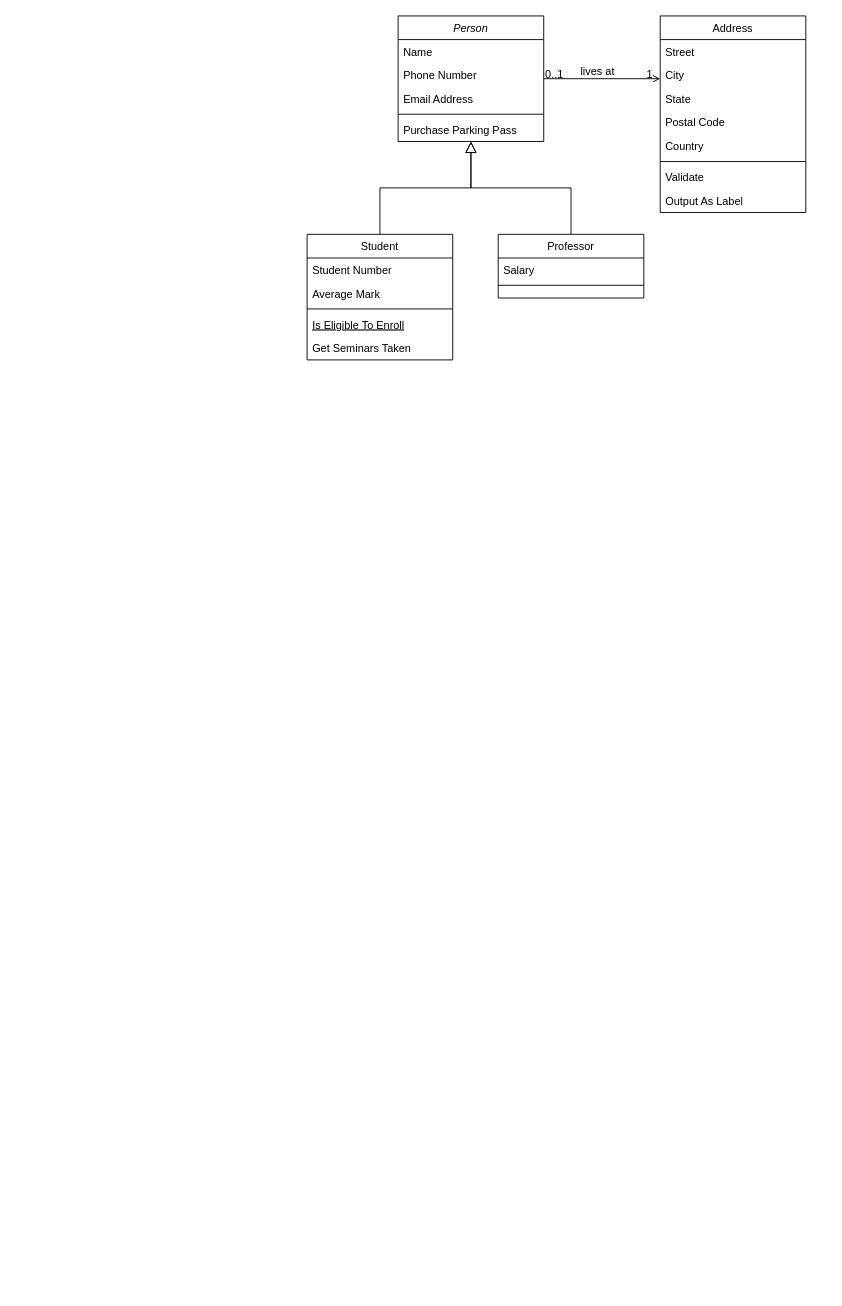
Earlier version of the draw.io diagram HW1_Dungeon/Untitled Diagram.drawio (ChuEating1005/DS-OOP). Source tidied: cells renumbered, new cells numbered last; positions are measured from the earlier drawing's top-left corner, leaving out a move shared by most shapes. Both pictures are drawn from the tidied source at 91%, with x=0, y=0 at pixel (307, 15).
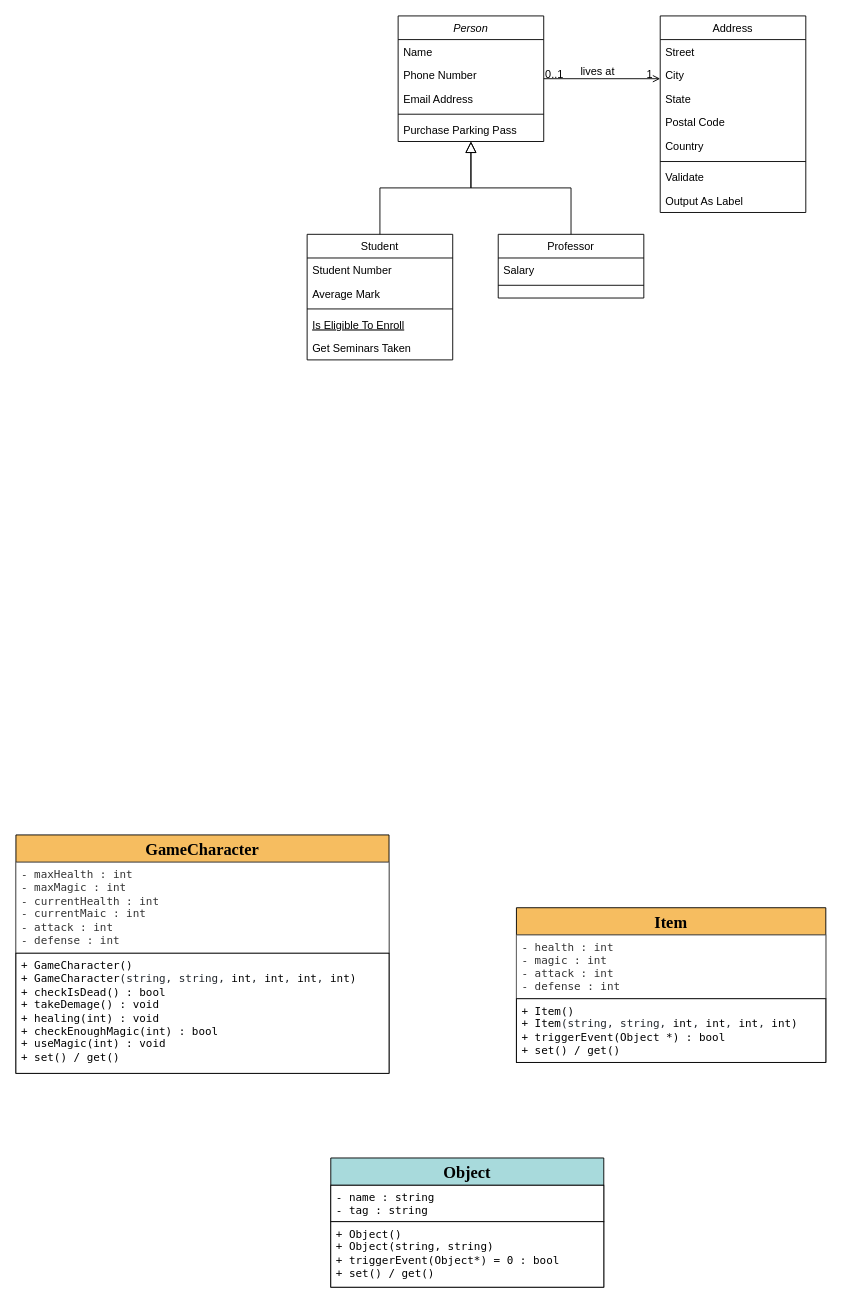
The same diagram, later.

Commit message:
[Dungeon] Class UML.drawio

Change to the diagram source:
```diff
@@
+    <mxCell id="32" value="&lt;font style=&quot;font-size: 18px;&quot;&gt;Object&lt;/font&gt;" style="swimlane;fontStyle=1;align=center;verticalAlign=top;horizontal=1;startSize=30;whiteSpace=wrap;html=1;fontFamily=Times New Roman;fillColor=#a8dadc;" parent="1" vertex="1">
+      <mxGeometry x="26" y="1255" width="300" height="142" as="geometry" />
+    </mxCell>
+    <mxCell id="33" value="&lt;font face=&quot;ui-monospace, SFMono-Regular, SF Mono, Menlo, Consolas, Liberation Mono, monospace&quot;&gt;- name : string&lt;br&gt;- tag : string&lt;/font&gt;" style="text;strokeColor=default;fillColor=default;align=left;verticalAlign=top;spacingLeft=4;spacingRight=4;overflow=hidden;whiteSpace=wrap;html=1;" parent="32" vertex="1">
+      <mxGeometry y="30" width="300" height="40" as="geometry" />
+    </mxCell>
+    <mxCell id="34" style="line;strokeWidth=1;fillColor=none;align=left;verticalAlign=middle;spacingTop=-1;spacingLeft=3;spacingRight=3;labelPosition=right;strokeColor=inherit;" parent="32" vertex="1">
+      <mxGeometry y="70" width="300" as="geometry" />
+    </mxCell>
+    <mxCell id="35" value="&lt;font face=&quot;ui-monospace, SFMono-Regular, SF Mono, Menlo, Consolas, Liberation Mono, monospace&quot;&gt;+ Object()&lt;br&gt;+ Object(string, string)&lt;br&gt;+ triggerEvent(Object*) = 0 : bool&lt;br&gt;+ set() / get()&lt;/font&gt;" style="text;strokeColor=default;fillColor=default;align=left;verticalAlign=top;spacingLeft=4;spacingRight=4;overflow=hidden;whiteSpace=wrap;html=1;" parent="32" vertex="1">
+      <mxGeometry y="70" width="300" height="72" as="geometry" />
+    </mxCell>
+    <mxCell id="36" value="&lt;font style=&quot;font-size: 18px;&quot;&gt;GameCharacter&lt;/font&gt;" style="swimlane;fontStyle=1;align=center;verticalAlign=top;horizontal=1;startSize=30;whiteSpace=wrap;html=1;fontFamily=Times New Roman;fillColor=#f6bd60;" parent="1" vertex="1">
+      <mxGeometry x="-320" y="900" width="410" height="262" as="geometry" />
+    </mxCell>
+    <mxCell id="37" value="&lt;font face=&quot;ui-monospace, SFMono-Regular, SF Mono, Menlo, Consolas, Liberation Mono, monospace&quot;&gt;- maxHealth : int&lt;br&gt;- maxMagic : int&lt;br style=&quot;border-color: var(--border-color);&quot;&gt;-&amp;nbsp;currentHealth : int&lt;br&gt;- currentMaic : int&lt;br style=&quot;border-color: var(--border-color);&quot;&gt;- attack : int&lt;br&gt;- defense : int&lt;/font&gt;" style="text;align=left;verticalAlign=top;spacingLeft=4;spacingRight=4;overflow=hidden;whiteSpace=wrap;html=1;labelBackgroundColor=none;fillColor=#FFFFFF;fontColor=#333333;strokeColor=#666666;" parent="36" vertex="1">
+      <mxGeometry y="30" width="410" height="100" as="geometry" />
+    </mxCell>
+    <mxCell id="38" style="line;strokeWidth=1;fillColor=none;align=left;verticalAlign=middle;spacingTop=-1;spacingLeft=3;spacingRight=3;labelPosition=right;strokeColor=inherit;" parent="36" vertex="1">
+      <mxGeometry y="130" width="410" as="geometry" />
+    </mxCell>
+    <mxCell id="39" value="&lt;font face=&quot;ui-monospace, SFMono-Regular, SF Mono, Menlo, Consolas, Liberation Mono, monospace&quot;&gt;+&amp;nbsp;GameCharacter()&lt;br&gt;+&amp;nbsp;GameCharacter&lt;span style=&quot;color: rgb(36, 41, 47);&quot;&gt;(&lt;/span&gt;&lt;span style=&quot;color: rgb(36, 41, 47);&quot;&gt;st&lt;/span&gt;&lt;span style=&quot;color: rgb(36, 41, 47);&quot;&gt;r&lt;/span&gt;&lt;span style=&quot;color: rgb(36, 41, 47);&quot;&gt;in&lt;/span&gt;&lt;span style=&quot;color: rgb(36, 41, 47);&quot;&gt;g, string, &lt;/span&gt;&lt;span style=&quot;box-sizing: border-box; color: var(--color-prettylights-syntax-keyword);&quot; class=&quot;pl-k&quot;&gt;int&lt;/span&gt;&lt;span style=&quot;color: rgb(36, 41, 47);&quot;&gt;, &lt;/span&gt;&lt;span style=&quot;box-sizing: border-box; color: var(--color-prettylights-syntax-keyword);&quot; class=&quot;pl-k&quot;&gt;int&lt;/span&gt;&lt;span style=&quot;color: rgb(36, 41, 47);&quot;&gt;, &lt;/span&gt;&lt;span style=&quot;box-sizing: border-box; color: var(--color-prettylights-syntax-keyword);&quot; class=&quot;pl-k&quot;&gt;int&lt;/span&gt;&lt;span style=&quot;color: rgb(36, 41, 47);&quot;&gt;, &lt;/span&gt;&lt;span style=&quot;box-sizing: border-box; color: var(--color-prettylights-syntax-keyword);&quot; class=&quot;pl-k&quot;&gt;int)&lt;br&gt;&lt;/span&gt;+ checkIsDead() : bool&lt;br&gt;+ takeDemage() : void&lt;br&gt;+ healing(int) : void&lt;br&gt;+ checkEnoughMagic(int) : bool&lt;br&gt;+ useMagic(int) : void&lt;br&gt;+ set() / get()&lt;br&gt;&lt;/font&gt;" style="text;strokeColor=default;fillColor=#FFFFFF;align=left;verticalAlign=top;spacingLeft=4;spacingRight=4;overflow=hidden;whiteSpace=wrap;html=1;" parent="36" vertex="1">
+      <mxGeometry y="130" width="410" height="132" as="geometry" />
+    </mxCell>
+    <mxCell id="40" value="&lt;font style=&quot;font-size: 18px;&quot;&gt;Item&lt;/font&gt;" style="swimlane;fontStyle=1;align=center;verticalAlign=top;horizontal=1;startSize=30;whiteSpace=wrap;html=1;fontFamily=Times New Roman;fillColor=#f6bd60;" parent="1" vertex="1">
+      <mxGeometry x="230" y="980" width="340" height="170" as="geometry" />
+    </mxCell>
+    <mxCell id="41" value="&lt;font face=&quot;ui-monospace, SFMono-Regular, SF Mono, Menlo, Consolas, Liberation Mono, monospace&quot;&gt;- health : int&lt;br&gt;- magic : int&lt;br style=&quot;border-color: var(--border-color);&quot;&gt;- attack : int&lt;br&gt;- defense : int&lt;/font&gt;" style="text;align=left;verticalAlign=top;spacingLeft=4;spacingRight=4;overflow=hidden;whiteSpace=wrap;html=1;labelBackgroundColor=none;fillColor=#FFFFFF;fontColor=#333333;strokeColor=#666666;" parent="40" vertex="1">
+      <mxGeometry y="30" width="340" height="70" as="geometry" />
+    </mxCell>
+    <mxCell id="42" style="line;strokeWidth=1;fillColor=none;align=left;verticalAlign=middle;spacingTop=-1;spacingLeft=3;spacingRight=3;labelPosition=right;strokeColor=inherit;" parent="40" vertex="1">
+      <mxGeometry y="100" width="340" as="geometry" />
+    </mxCell>
+    <mxCell id="43" value="&lt;font face=&quot;ui-monospace, SFMono-Regular, SF Mono, Menlo, Consolas, Liberation Mono, monospace&quot;&gt;+&amp;nbsp;Item()&lt;br&gt;+ Item&lt;span style=&quot;color: rgb(36, 41, 47);&quot;&gt;(&lt;/span&gt;&lt;span style=&quot;color: rgb(36, 41, 47);&quot;&gt;st&lt;/span&gt;&lt;span style=&quot;color: rgb(36, 41, 47);&quot;&gt;r&lt;/span&gt;&lt;span style=&quot;color: rgb(36, 41, 47);&quot;&gt;in&lt;/span&gt;&lt;span style=&quot;color: rgb(36, 41, 47);&quot;&gt;g, string, &lt;/span&gt;&lt;span style=&quot;box-sizing: border-box; color: var(--color-prettylights-syntax-keyword);&quot; class=&quot;pl-k&quot;&gt;int&lt;/span&gt;&lt;span style=&quot;color: rgb(36, 41, 47);&quot;&gt;, &lt;/span&gt;&lt;span style=&quot;box-sizing: border-box; color: var(--color-prettylights-syntax-keyword);&quot; class=&quot;pl-k&quot;&gt;int&lt;/span&gt;&lt;span style=&quot;color: rgb(36, 41, 47);&quot;&gt;, &lt;/span&gt;&lt;span style=&quot;box-sizing: border-box; color: var(--color-prettylights-syntax-keyword);&quot; class=&quot;pl-k&quot;&gt;int&lt;/span&gt;&lt;span style=&quot;color: rgb(36, 41, 47);&quot;&gt;, &lt;/span&gt;&lt;span style=&quot;box-sizing: border-box; color: var(--color-prettylights-syntax-keyword);&quot; class=&quot;pl-k&quot;&gt;int)&lt;br&gt;&lt;/span&gt;+ triggerEvent(Object *) : bool&lt;br&gt;+ set() / get()&lt;br&gt;&lt;/font&gt;" style="text;strokeColor=default;fillColor=#FFFFFF;align=left;verticalAlign=top;spacingLeft=4;spacingRight=4;overflow=hidden;whiteSpace=wrap;html=1;" parent="40" vertex="1">
+      <mxGeometry y="100" width="340" height="70" as="geometry" />
+    </mxCell>
```
